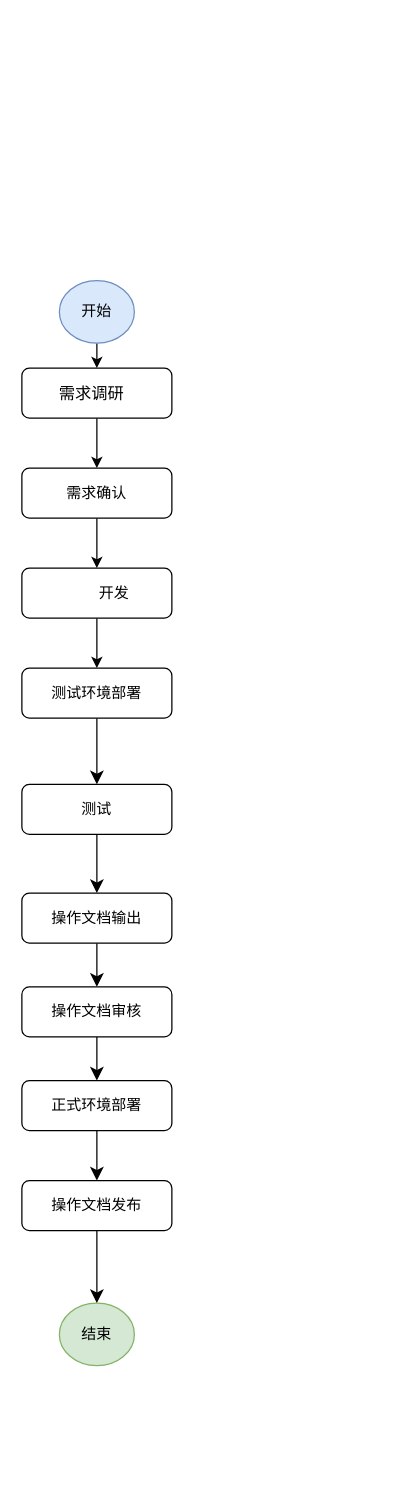
pbm0802/GitIDEATest keeps this draw.io diagram as 任务流程.drawio. Above is the earlier version. Source tidied: cells renumbered, new cells numbered last; positions are measured from the earlier drawing's top-left corner, leaving out a move shared by most shapes. Both pictures are drawn from the tidied source at 125%, with x=0, y=0 at pixel (21, 280).
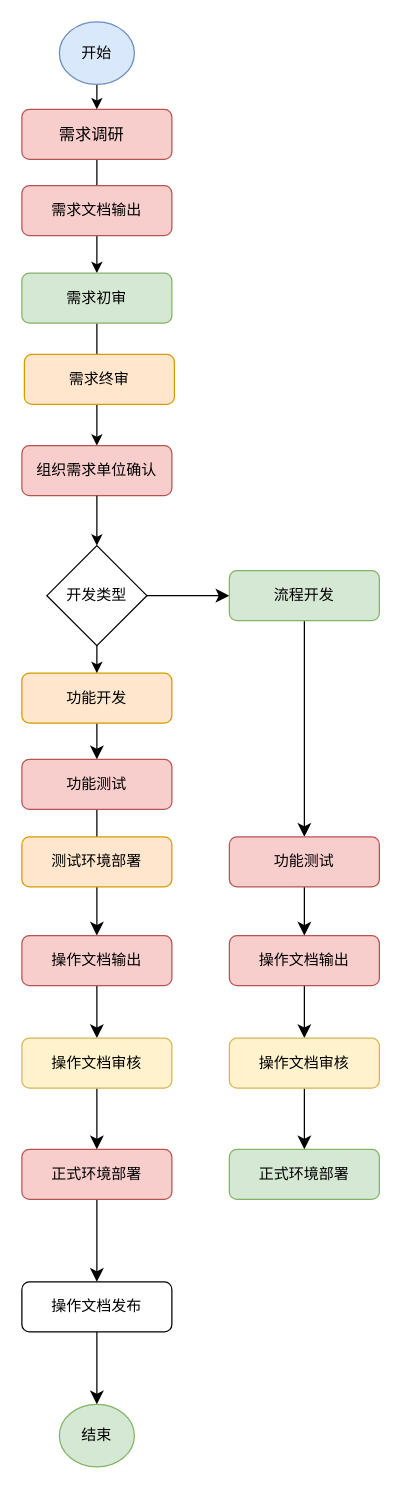
After the change.

Commit message (it also covers changes not shown here):
更新任务流程.drawio

Diff of the diagram source:
```diff
@@
-    <mxCell id="3" value="&lt;p style=&quot;text-indent: 21pt; font-size: 13px;&quot; class=&quot;MsoNormal&quot;&gt;&lt;font face=&quot;微软雅黑&quot;&gt;需求调研&lt;/font&gt;&lt;/p&gt;" style="rounded=1;whiteSpace=wrap;html=1;fontSize=12;glass=0;strokeWidth=1;shadow=0;align=left;" parent="1" vertex="1">
-      <mxGeometry y="70" width="120" height="40" as="geometry" />
+    <mxCell id="3" value="&lt;p style=&quot;text-indent: 21pt; font-size: 13px;&quot; class=&quot;MsoNormal&quot;&gt;&lt;font face=&quot;微软雅黑&quot;&gt;需求调研&lt;/font&gt;&lt;/p&gt;" style="rounded=1;whiteSpace=wrap;html=1;fontSize=12;glass=0;strokeWidth=1;shadow=0;align=left;fillColor=#f8cecc;strokeColor=#b85450;" parent="1" vertex="1">
+      <mxGeometry y="-137" width="120" height="40" as="geometry" />
     </mxCell>
@@
-    <mxCell id="5" value="&lt;p class=&quot;MsoNormal&quot; style=&quot;font-size: 12px;&quot;&gt;&lt;span style=&quot;font-family: 微软雅黑; font-size: 12px;&quot;&gt;测试环境部署&lt;/span&gt;&lt;/p&gt;" style="rounded=1;whiteSpace=wrap;html=1;fontSize=12;glass=0;strokeWidth=1;shadow=0;align=center;" parent="1" vertex="1">
-      <mxGeometry y="310" width="120" height="40" as="geometry" />
+    <mxCell id="5" value="&lt;p class=&quot;MsoNormal&quot; style=&quot;font-size: 12px;&quot;&gt;&lt;font face=&quot;微软雅黑&quot;&gt;功能开发&lt;/font&gt;&lt;/p&gt;" style="rounded=1;whiteSpace=wrap;html=1;fontSize=12;glass=0;strokeWidth=1;shadow=0;align=center;fillColor=#ffe6cc;strokeColor=#d79b00;" parent="1" vertex="1">
+      <mxGeometry y="314" width="120" height="40" as="geometry" />
     </mxCell>
@@
     <mxCell id="7" value="开始" style="ellipse;whiteSpace=wrap;html=1;fillColor=#dae8fc;strokeColor=#6c8ebf;" parent="1" vertex="1">
-      <mxGeometry x="30" width="60" height="50" as="geometry" />
+      <mxGeometry x="30" y="-207" width="60" height="50" as="geometry" />
     </mxCell>
     <mxCell id="8" value="结束" style="ellipse;whiteSpace=wrap;html=1;fillColor=#d5e8d4;strokeColor=#82b366;" parent="1" vertex="1">
-      <mxGeometry x="30" y="818" width="60" height="50" as="geometry" />
+      <mxGeometry x="30" y="899" width="60" height="50" as="geometry" />
     </mxCell>
@@
-    <mxCell id="10" value="&lt;p style=&quot;font-size: 12px;&quot; class=&quot;MsoNormal&quot;&gt;&lt;span style=&quot;font-family: 微软雅黑; font-size: 12px;&quot;&gt;需求确认&lt;/span&gt;&lt;/p&gt;" style="rounded=1;whiteSpace=wrap;html=1;fontSize=12;glass=0;strokeWidth=1;shadow=0;align=center;" parent="1" vertex="1">
-      <mxGeometry y="150" width="120" height="40" as="geometry" />
+    <mxCell id="10" value="&lt;p style=&quot;font-size: 12px;&quot; class=&quot;MsoNormal&quot;&gt;&lt;span style=&quot;font-family: 微软雅黑; font-size: 12px;&quot;&gt;需求初审&lt;/span&gt;&lt;/p&gt;" style="rounded=1;whiteSpace=wrap;html=1;fontSize=12;glass=0;strokeWidth=1;shadow=0;align=center;fillColor=#d5e8d4;strokeColor=#82b366;" parent="1" vertex="1">
+      <mxGeometry y="-6" width="120" height="40" as="geometry" />
     </mxCell>
-    <mxCell id="11" style="edgeStyle=orthogonalEdgeStyle;rounded=0;jettySize=auto;html=1;exitX=0.5;exitY=1;exitDx=0;exitDy=0;" parent="1" edge="1" source="12" target="5">
+    <mxCell id="11" style="edgeStyle=orthogonalEdgeStyle;rounded=0;jettySize=auto;html=1;exitX=0.5;exitY=1;exitDx=0;exitDy=0;" parent="1" edge="1" source="27" target="5">
       <mxGeometry relative="1" as="geometry" />
     </mxCell>
-    <mxCell id="12" value="&lt;p class=&quot;MsoNormal&quot; style=&quot;text-indent: 21pt; font-size: 12px;&quot;&gt;&lt;span style=&quot;font-family: 微软雅黑; font-size: 12px;&quot;&gt;开发&lt;/span&gt;&lt;span style=&quot;font-family: 微软雅黑; font-size: 12px;&quot;&gt;&lt;/span&gt;&lt;/p&gt;" style="rounded=1;whiteSpace=wrap;html=1;fontSize=12;glass=0;strokeWidth=1;shadow=0;align=center;" parent="1" vertex="1">
-      <mxGeometry y="230" width="120" height="40" as="geometry" />
+    <mxCell id="12" value="&lt;font face=&quot;微软雅黑&quot;&gt;组织需求单位确认&lt;/font&gt;" style="rounded=1;whiteSpace=wrap;html=1;fontSize=12;glass=0;strokeWidth=1;shadow=0;align=center;fillColor=#f8cecc;strokeColor=#b85450;" parent="1" vertex="1">
+      <mxGeometry y="132" width="120" height="40" as="geometry" />
     </mxCell>
@@
-    <mxCell id="14" value="&lt;p class=&quot;MsoNormal&quot; style=&quot;font-size: 12px;&quot;&gt;&lt;font face=&quot;微软雅黑&quot;&gt;测试&lt;/font&gt;&lt;/p&gt;" style="rounded=1;whiteSpace=wrap;html=1;fontSize=12;glass=0;strokeWidth=1;shadow=0;align=center;" parent="1" vertex="1">
-      <mxGeometry y="403" width="120" height="40" as="geometry" />
+    <mxCell id="14" value="&lt;p class=&quot;MsoNormal&quot; style=&quot;font-size: 12px;&quot;&gt;&lt;font face=&quot;微软雅黑&quot;&gt;功能测试&lt;/font&gt;&lt;/p&gt;" style="rounded=1;whiteSpace=wrap;html=1;fontSize=12;glass=0;strokeWidth=1;shadow=0;align=center;fillColor=#f8cecc;strokeColor=#b85450;" parent="1" vertex="1">
+      <mxGeometry y="383" width="120" height="40" as="geometry" />
     </mxCell>
@@
-    <mxCell id="16" value="&lt;p class=&quot;MsoNormal&quot; style=&quot;font-size: 12px;&quot;&gt;&lt;font face=&quot;微软雅黑&quot;&gt;操作文档输出&lt;/font&gt;&lt;/p&gt;" style="rounded=1;whiteSpace=wrap;html=1;fontSize=12;glass=0;strokeWidth=1;shadow=0;align=center;" parent="1" vertex="1">
-      <mxGeometry y="490" width="120" height="40" as="geometry" />
+    <mxCell id="16" value="&lt;p class=&quot;MsoNormal&quot; style=&quot;font-size: 12px;&quot;&gt;&lt;font face=&quot;微软雅黑&quot;&gt;操作文档输出&lt;/font&gt;&lt;/p&gt;" style="rounded=1;whiteSpace=wrap;html=1;fontSize=12;glass=0;strokeWidth=1;shadow=0;align=center;fillColor=#f8cecc;strokeColor=#b85450;" parent="1" vertex="1">
+      <mxGeometry y="524" width="120" height="40" as="geometry" />
     </mxCell>
@@
-    <mxCell id="18" value="&lt;p class=&quot;MsoNormal&quot; style=&quot;font-size: 12px;&quot;&gt;&lt;font face=&quot;微软雅黑&quot;&gt;正式环境部署&lt;/font&gt;&lt;/p&gt;" style="rounded=1;whiteSpace=wrap;html=1;fontSize=12;glass=0;strokeWidth=1;shadow=0;align=center;" parent="1" vertex="1">
-      <mxGeometry y="640" width="120" height="40" as="geometry" />
+    <mxCell id="18" value="&lt;p class=&quot;MsoNormal&quot; style=&quot;font-size: 12px;&quot;&gt;&lt;font face=&quot;微软雅黑&quot;&gt;正式环境部署&lt;/font&gt;&lt;/p&gt;" style="rounded=1;whiteSpace=wrap;html=1;fontSize=12;glass=0;strokeWidth=1;shadow=0;align=center;fillColor=#f8cecc;strokeColor=#b85450;" parent="1" vertex="1">
+      <mxGeometry y="695" width="120" height="40" as="geometry" />
     </mxCell>
@@
-    <mxCell id="20" value="&lt;p class=&quot;MsoNormal&quot; style=&quot;font-size: 12px;&quot;&gt;&lt;font face=&quot;微软雅黑&quot;&gt;操作文档审核&lt;/font&gt;&lt;/p&gt;" style="rounded=1;whiteSpace=wrap;html=1;fontSize=12;glass=0;strokeWidth=1;shadow=0;align=center;" parent="1" vertex="1">
-      <mxGeometry y="565" width="120" height="40" as="geometry" />
+    <mxCell id="20" value="&lt;p class=&quot;MsoNormal&quot; style=&quot;font-size: 12px;&quot;&gt;&lt;font face=&quot;微软雅黑&quot;&gt;操作文档审核&lt;/font&gt;&lt;/p&gt;" style="rounded=1;whiteSpace=wrap;html=1;fontSize=12;glass=0;strokeWidth=1;shadow=0;align=center;fillColor=#fff2cc;strokeColor=#d6b656;" parent="1" vertex="1">
+      <mxGeometry y="606" width="120" height="40" as="geometry" />
     </mxCell>
@@
     <mxCell id="22" value="&lt;p class=&quot;MsoNormal&quot; style=&quot;font-size: 12px;&quot;&gt;&lt;font face=&quot;微软雅黑&quot;&gt;操作文档发布&lt;/font&gt;&lt;/p&gt;" style="rounded=1;whiteSpace=wrap;html=1;fontSize=12;glass=0;strokeWidth=1;shadow=0;align=center;" parent="1" vertex="1">
-      <mxGeometry y="720" width="120" height="40" as="geometry" />
+      <mxGeometry y="801" width="120" height="40" as="geometry" />
     </mxCell>
+    <mxCell id="23" value="&lt;p style=&quot;font-size: 12px;&quot; class=&quot;MsoNormal&quot;&gt;&lt;span style=&quot;font-family: 微软雅黑; font-size: 12px;&quot;&gt;需求文档输出&lt;/span&gt;&lt;/p&gt;" style="rounded=1;whiteSpace=wrap;html=1;fontSize=12;glass=0;strokeWidth=1;shadow=0;align=center;fillColor=#f8cecc;strokeColor=#b85450;" parent="1" vertex="1">
+      <mxGeometry y="-76" width="120" height="40" as="geometry" />
+    </mxCell>
+    <mxCell id="24" value="&lt;p style=&quot;font-size: 12px;&quot; class=&quot;MsoNormal&quot;&gt;需求终审&lt;/p&gt;" style="rounded=1;whiteSpace=wrap;html=1;fontSize=12;glass=0;strokeWidth=1;shadow=0;align=center;fillColor=#ffe6cc;strokeColor=#d79b00;" parent="1" vertex="1">
+      <mxGeometry x="2" y="59" width="120" height="40" as="geometry" />
+    </mxCell>
+    <mxCell id="25" style="edgeStyle=orthogonalEdgeStyle;rounded=0;jettySize=auto;html=1;exitX=0.5;exitY=1;exitDx=0;exitDy=0;" parent="1" edge="1" source="12" target="27">
+      <mxGeometry relative="1" as="geometry" />
+    </mxCell>
+    <mxCell id="26" style="edgeStyle=none;curved=1;rounded=0;jettySize=auto;html=1;exitX=1;exitY=0.5;exitDx=0;exitDy=0;entryX=0;entryY=0.5;entryDx=0;entryDy=0;fontSize=12;startSize=8;endSize=8;" parent="1" edge="1" source="27" target="29">
+      <mxGeometry relative="1" as="geometry" />
+    </mxCell>
+    <mxCell id="27" value="开发类型" style="rhombus;whiteSpace=wrap;html=1;" parent="1" vertex="1">
+      <mxGeometry x="20" y="212" width="80" height="80" as="geometry" />
+    </mxCell>
+    <mxCell id="28" style="edgeStyle=none;curved=1;rounded=0;jettySize=auto;html=1;exitX=0.5;exitY=1;exitDx=0;exitDy=0;entryX=0.5;entryY=0;entryDx=0;entryDy=0;fontSize=12;startSize=8;endSize=8;" parent="1" edge="1" source="29" target="32">
+      <mxGeometry relative="1" as="geometry" />
+    </mxCell>
+    <mxCell id="29" value="&lt;p style=&quot;font-size: 12px;&quot; class=&quot;MsoNormal&quot;&gt;&lt;span style=&quot;font-family: 微软雅黑; font-size: 12px;&quot;&gt;流程开发&lt;/span&gt;&lt;/p&gt;" style="rounded=1;whiteSpace=wrap;html=1;fontSize=12;glass=0;strokeWidth=1;shadow=0;align=center;fillColor=#d5e8d4;strokeColor=#82b366;" parent="1" vertex="1">
+      <mxGeometry x="166" y="232" width="120" height="40" as="geometry" />
+    </mxCell>
+    <mxCell id="30" value="&lt;p class=&quot;MsoNormal&quot; style=&quot;font-size: 12px;&quot;&gt;&lt;font face=&quot;微软雅黑&quot;&gt;测试环境部署&lt;/font&gt;&lt;/p&gt;" style="rounded=1;whiteSpace=wrap;html=1;fontSize=12;glass=0;strokeWidth=1;shadow=0;align=center;fillColor=#ffe6cc;strokeColor=#d79b00;" parent="1" vertex="1">
+      <mxGeometry y="445" width="120" height="40" as="geometry" />
+    </mxCell>
+    <mxCell id="31" style="edgeStyle=none;curved=1;rounded=0;jettySize=auto;html=1;exitX=0.5;exitY=1;exitDx=0;exitDy=0;fontSize=12;startSize=8;endSize=8;" parent="1" edge="1" source="32" target="34">
+      <mxGeometry relative="1" as="geometry" />
+    </mxCell>
+    <mxCell id="32" value="&lt;p class=&quot;MsoNormal&quot; style=&quot;font-size: 12px;&quot;&gt;&lt;font face=&quot;微软雅黑&quot;&gt;功能测试&lt;/font&gt;&lt;/p&gt;" style="rounded=1;whiteSpace=wrap;html=1;fontSize=12;glass=0;strokeWidth=1;shadow=0;align=center;fillColor=#f8cecc;strokeColor=#b85450;" parent="1" vertex="1">
+      <mxGeometry x="166" y="445" width="120" height="40" as="geometry" />
+    </mxCell>
+    <mxCell id="33" style="edgeStyle=none;curved=1;rounded=0;jettySize=auto;html=1;exitX=0.5;exitY=1;exitDx=0;exitDy=0;entryX=0.5;entryY=0;entryDx=0;entryDy=0;fontSize=12;startSize=8;endSize=8;" parent="1" edge="1" source="34" target="37">
+      <mxGeometry relative="1" as="geometry" />
+    </mxCell>
+    <mxCell id="34" value="&lt;p class=&quot;MsoNormal&quot; style=&quot;font-size: 12px;&quot;&gt;&lt;font face=&quot;微软雅黑&quot;&gt;操作文档输出&lt;/font&gt;&lt;/p&gt;" style="rounded=1;whiteSpace=wrap;html=1;fontSize=12;glass=0;strokeWidth=1;shadow=0;align=center;fillColor=#f8cecc;strokeColor=#b85450;" parent="1" vertex="1">
+      <mxGeometry x="166" y="524" width="120" height="40" as="geometry" />
+    </mxCell>
+    <mxCell id="35" value="&lt;p class=&quot;MsoNormal&quot; style=&quot;font-size: 12px;&quot;&gt;&lt;font face=&quot;微软雅黑&quot;&gt;正式环境部署&lt;/font&gt;&lt;/p&gt;" style="rounded=1;whiteSpace=wrap;html=1;fontSize=12;glass=0;strokeWidth=1;shadow=0;align=center;fillColor=#d5e8d4;strokeColor=#82b366;" parent="1" vertex="1">
+      <mxGeometry x="166" y="695" width="120" height="40" as="geometry" />
+    </mxCell>
+    <mxCell id="36" style="edgeStyle=none;curved=1;rounded=0;jettySize=auto;html=1;exitX=0.5;exitY=1;exitDx=0;exitDy=0;entryX=0.5;entryY=0;entryDx=0;entryDy=0;fontSize=12;startSize=8;endSize=8;" parent="1" edge="1" source="37" target="35">
+      <mxGeometry relative="1" as="geometry" />
+    </mxCell>
+    <mxCell id="37" value="&lt;p class=&quot;MsoNormal&quot; style=&quot;font-size: 12px;&quot;&gt;&lt;font face=&quot;微软雅黑&quot;&gt;操作文档审核&lt;/font&gt;&lt;/p&gt;" style="rounded=1;whiteSpace=wrap;html=1;fontSize=12;glass=0;strokeWidth=1;shadow=0;align=center;fillColor=#fff2cc;strokeColor=#d6b656;" parent="1" vertex="1">
+      <mxGeometry x="166" y="606" width="120" height="40" as="geometry" />
+    </mxCell>
```
